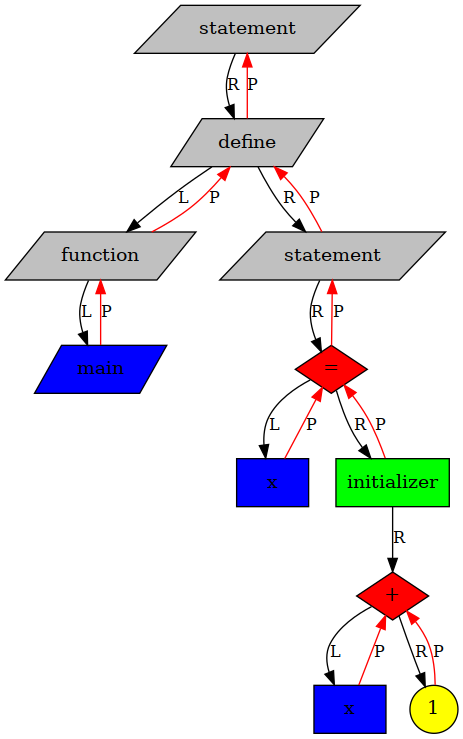
Earlier version of the Graphviz export graphviz.png (vihlancevk/MyProgrammingLanguage). Its source is kept beside it as graphviz.gv. The source it was exported from:
```dot
digraph Tree{

	rankdir=UD;

	node[fontsize=14];

	93908220123200[shape=record, shape=parallelogram, style="filled", fillcolor=grey, label="statement"];
	93908220123296[shape=record, shape=parallelogram, style="filled", fillcolor=grey, label="define"];
	93908220123488[shape=record, shape=parallelogram, style="filled", fillcolor=grey, label="function"];
	93908220124416[shape=record, shape=parallelogram, style="filled", fillcolor=blue, label="main"];
	93908220123680[shape=record, shape=parallelogram, style="filled", fillcolor=grey, label="statement"];
	93908220123744[shape=record, shape=diamond, style="filled", fillcolor=red, label="="];
	93908220123936[shape=record, shape=rectangle, style="filled", fillcolor=blue, label="x"];
	93908220124000[shape=record, shape=rectangle, style="filled", fillcolor=green, label="initializer"];
	93908220124320[shape=record, shape=diamond, style="filled", fillcolor=red, label="+"];
	93908220124192[shape=record, shape=rectangle, style="filled", fillcolor=blue, label="x"];
	93908220124256[shape=record, shape=circle, style="filled", fillcolor=yellow, label="1"];

	93908220123200 -> 93908220123296[label = "R", fontsize=12]
	93908220123296 -> 93908220123200[label = "P", color=red, fontsize=12]
	93908220123296 -> 93908220123488[label = "L", fontsize=12]
	93908220123296 -> 93908220123680[label = "R", fontsize=12]
	93908220123488 -> 93908220123296[label = "P", color=red, fontsize=12]
	93908220123488 -> 93908220124416[label = "L", fontsize=12]
	93908220124416 -> 93908220123488[label = "P", color=red, fontsize=12]
	93908220123680 -> 93908220123296[label = "P", color=red, fontsize=12]
	93908220123680 -> 93908220123744[label = "R", fontsize=12]
	93908220123744 -> 93908220123680[label = "P", color=red, fontsize=12]
	93908220123744 -> 93908220123936[label = "L", fontsize=12]
	93908220123744 -> 93908220124000[label = "R", fontsize=12]
	93908220123936 -> 93908220123744[label = "P", color=red, fontsize=12]
	93908220124000 -> 93908220123744[label = "P", color=red, fontsize=12]
	93908220124000 -> 93908220124320[label = "R", fontsize=12]
	93908220124320 -> 93908220124192[label = "L", fontsize=12]
	93908220124320 -> 93908220124256[label = "R", fontsize=12]
	93908220124192 -> 93908220124320[label = "P", color=red, fontsize=12]
	93908220124256 -> 93908220124320[label = "P", color=red, fontsize=12]

}
```
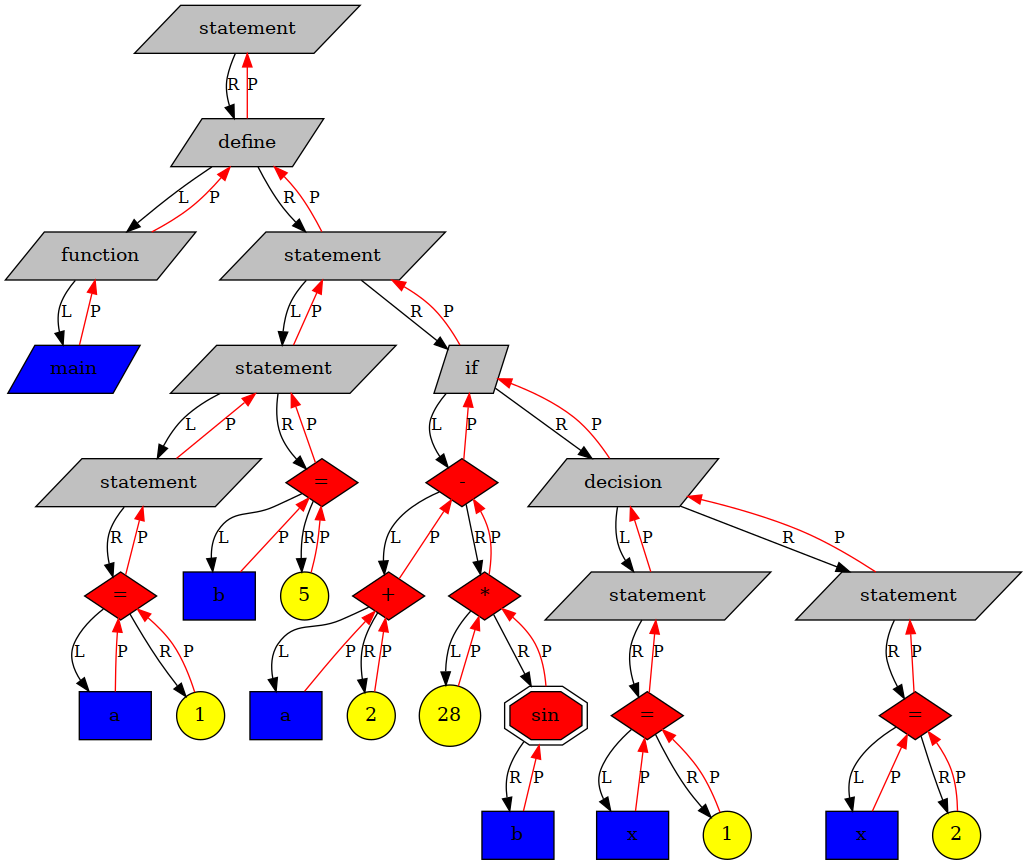
Later version of the same file.

Change to the diagram source:
```diff
@@ -4,36 +4,97 @@
 
 	node[fontsize=14];
 
-	93908220123200[shape=record, shape=parallelogram, style="filled", fillcolor=grey, label="statement"];
-	93908220123296[shape=record, shape=parallelogram, style="filled", fillcolor=grey, label="define"];
-	93908220123488[shape=record, shape=parallelogram, style="filled", fillcolor=grey, label="function"];
-	93908220124416[shape=record, shape=parallelogram, style="filled", fillcolor=blue, label="main"];
-	93908220123680[shape=record, shape=parallelogram, style="filled", fillcolor=grey, label="statement"];
-	93908220123744[shape=record, shape=diamond, style="filled", fillcolor=red, label="="];
-	93908220123936[shape=record, shape=rectangle, style="filled", fillcolor=blue, label="x"];
-	93908220124000[shape=record, shape=rectangle, style="filled", fillcolor=green, label="initializer"];
-	93908220124320[shape=record, shape=diamond, style="filled", fillcolor=red, label="+"];
-	93908220124192[shape=record, shape=rectangle, style="filled", fillcolor=blue, label="x"];
-	93908220124256[shape=record, shape=circle, style="filled", fillcolor=yellow, label="1"];
+	94216030987312[shape=record, shape=parallelogram, style="filled", fillcolor=grey, label="statement"];
+	94216030987408[shape=record, shape=parallelogram, style="filled", fillcolor=grey, label="define"];
+	94216030987600[shape=record, shape=parallelogram, style="filled", fillcolor=grey, label="function"];
+	94216030990768[shape=record, shape=parallelogram, style="filled", fillcolor=blue, label="main"];
+	94216030988688[shape=record, shape=parallelogram, style="filled", fillcolor=grey, label="statement"];
+	94216030988240[shape=record, shape=parallelogram, style="filled", fillcolor=grey, label="statement"];
+	94216030987792[shape=record, shape=parallelogram, style="filled", fillcolor=grey, label="statement"];
+	94216030987856[shape=record, shape=diamond, style="filled", fillcolor=red, label="="];
+	94216030988048[shape=record, shape=rectangle, style="filled", fillcolor=blue, label="a"];
+	94216030988144[shape=record, shape=circle, style="filled", fillcolor=yellow, label="1"];
+	94216030988304[shape=record, shape=diamond, style="filled", fillcolor=red, label="="];
+	94216030988496[shape=record, shape=rectangle, style="filled", fillcolor=blue, label="b"];
+	94216030988592[shape=record, shape=circle, style="filled", fillcolor=yellow, label="5"];
+	94216030988752[shape=record, shape=parallelogram, style="filled", fillcolor=grey, label="if"];
+	94216030989552[shape=record, shape=diamond, style="filled", fillcolor=red, label="-"];
+	94216030989104[shape=record, shape=diamond, style="filled", fillcolor=red, label="+"];
+	94216030988944[shape=record, shape=rectangle, style="filled", fillcolor=blue, label="a"];
+	94216030989040[shape=record, shape=circle, style="filled", fillcolor=yellow, label="2"];
+	94216030989456[shape=record, shape=diamond, style="filled", fillcolor=red, label="*"];
+	94216030989200[shape=record, shape=circle, style="filled", fillcolor=yellow, label="28"];
+	94216030989360[shape=record, shape=doubleoctagon, style="filled", fillcolor=red, label="sin"];
+	94216030989264[shape=record, shape=rectangle, style="filled", fillcolor=blue, label="b"];
+	94216030989648[shape=record, shape=parallelogram, style="filled", fillcolor=grey, label="decision"];
+	94216030989840[shape=record, shape=parallelogram, style="filled", fillcolor=grey, label="statement"];
+	94216030989904[shape=record, shape=diamond, style="filled", fillcolor=red, label="="];
+	94216030990096[shape=record, shape=rectangle, style="filled", fillcolor=blue, label="x"];
+	94216030990192[shape=record, shape=circle, style="filled", fillcolor=yellow, label="1"];
+	94216030990288[shape=record, shape=parallelogram, style="filled", fillcolor=grey, label="statement"];
+	94216030990352[shape=record, shape=diamond, style="filled", fillcolor=red, label="="];
+	94216030990544[shape=record, shape=rectangle, style="filled", fillcolor=blue, label="x"];
+	94216030990640[shape=record, shape=circle, style="filled", fillcolor=yellow, label="2"];
 
-	93908220123200 -> 93908220123296[label = "R", fontsize=12]
-	93908220123296 -> 93908220123200[label = "P", color=red, fontsize=12]
-	93908220123296 -> 93908220123488[label = "L", fontsize=12]
-	93908220123296 -> 93908220123680[label = "R", fontsize=12]
-	93908220123488 -> 93908220123296[label = "P", color=red, fontsize=12]
-	93908220123488 -> 93908220124416[label = "L", fontsize=12]
-	93908220124416 -> 93908220123488[label = "P", color=red, fontsize=12]
-	93908220123680 -> 93908220123296[label = "P", color=red, fontsize=12]
-	93908220123680 -> 93908220123744[label = "R", fontsize=12]
-	93908220123744 -> 93908220123680[label = "P", color=red, fontsize=12]
-	93908220123744 -> 93908220123936[label = "L", fontsize=12]
-	93908220123744 -> 93908220124000[label = "R", fontsize=12]
-	93908220123936 -> 93908220123744[label = "P", color=red, fontsize=12]
-	93908220124000 -> 93908220123744[label = "P", color=red, fontsize=12]
-	93908220124000 -> 93908220124320[label = "R", fontsize=12]
-	93908220124320 -> 93908220124192[label = "L", fontsize=12]
-	93908220124320 -> 93908220124256[label = "R", fontsize=12]
-	93908220124192 -> 93908220124320[label = "P", color=red, fontsize=12]
-	93908220124256 -> 93908220124320[label = "P", color=red, fontsize=12]
+	94216030987312 -> 94216030987408[label = "R", fontsize=12]
+	94216030987408 -> 94216030987312[label = "P", color=red, fontsize=12]
+	94216030987408 -> 94216030987600[label = "L", fontsize=12]
+	94216030987408 -> 94216030988688[label = "R", fontsize=12]
+	94216030987600 -> 94216030987408[label = "P", color=red, fontsize=12]
+	94216030987600 -> 94216030990768[label = "L", fontsize=12]
+	94216030990768 -> 94216030987600[label = "P", color=red, fontsize=12]
+	94216030988688 -> 94216030987408[label = "P", color=red, fontsize=12]
+	94216030988688 -> 94216030988240[label = "L", fontsize=12]
+	94216030988688 -> 94216030988752[label = "R", fontsize=12]
+	94216030988240 -> 94216030988688[label = "P", color=red, fontsize=12]
+	94216030988240 -> 94216030987792[label = "L", fontsize=12]
+	94216030988240 -> 94216030988304[label = "R", fontsize=12]
+	94216030987792 -> 94216030988240[label = "P", color=red, fontsize=12]
+	94216030987792 -> 94216030987856[label = "R", fontsize=12]
+	94216030987856 -> 94216030987792[label = "P", color=red, fontsize=12]
+	94216030987856 -> 94216030988048[label = "L", fontsize=12]
+	94216030987856 -> 94216030988144[label = "R", fontsize=12]
+	94216030988048 -> 94216030987856[label = "P", color=red, fontsize=12]
+	94216030988144 -> 94216030987856[label = "P", color=red, fontsize=12]
+	94216030988304 -> 94216030988240[label = "P", color=red, fontsize=12]
+	94216030988304 -> 94216030988496[label = "L", fontsize=12]
+	94216030988304 -> 94216030988592[label = "R", fontsize=12]
+	94216030988496 -> 94216030988304[label = "P", color=red, fontsize=12]
+	94216030988592 -> 94216030988304[label = "P", color=red, fontsize=12]
+	94216030988752 -> 94216030988688[label = "P", color=red, fontsize=12]
+	94216030988752 -> 94216030989552[label = "L", fontsize=12]
+	94216030988752 -> 94216030989648[label = "R", fontsize=12]
+	94216030989552 -> 94216030988752[label = "P", color=red, fontsize=12]
+	94216030989552 -> 94216030989104[label = "L", fontsize=12]
+	94216030989552 -> 94216030989456[label = "R", fontsize=12]
+	94216030989104 -> 94216030989552[label = "P", color=red, fontsize=12]
+	94216030989104 -> 94216030988944[label = "L", fontsize=12]
+	94216030989104 -> 94216030989040[label = "R", fontsize=12]
+	94216030988944 -> 94216030989104[label = "P", color=red, fontsize=12]
+	94216030989040 -> 94216030989104[label = "P", color=red, fontsize=12]
+	94216030989456 -> 94216030989552[label = "P", color=red, fontsize=12]
+	94216030989456 -> 94216030989200[label = "L", fontsize=12]
+	94216030989456 -> 94216030989360[label = "R", fontsize=12]
+	94216030989200 -> 94216030989456[label = "P", color=red, fontsize=12]
+	94216030989360 -> 94216030989456[label = "P", color=red, fontsize=12]
+	94216030989360 -> 94216030989264[label = "R", fontsize=12]
+	94216030989264 -> 94216030989360[label = "P", color=red, fontsize=12]
+	94216030989648 -> 94216030988752[label = "P", color=red, fontsize=12]
+	94216030989648 -> 94216030989840[label = "L", fontsize=12]
+	94216030989648 -> 94216030990288[label = "R", fontsize=12]
+	94216030989840 -> 94216030989648[label = "P", color=red, fontsize=12]
+	94216030989840 -> 94216030989904[label = "R", fontsize=12]
+	94216030989904 -> 94216030989840[label = "P", color=red, fontsize=12]
+	94216030989904 -> 94216030990096[label = "L", fontsize=12]
+	94216030989904 -> 94216030990192[label = "R", fontsize=12]
+	94216030990096 -> 94216030989904[label = "P", color=red, fontsize=12]
+	94216030990192 -> 94216030989904[label = "P", color=red, fontsize=12]
+	94216030990288 -> 94216030989648[label = "P", color=red, fontsize=12]
+	94216030990288 -> 94216030990352[label = "R", fontsize=12]
+	94216030990352 -> 94216030990288[label = "P", color=red, fontsize=12]
+	94216030990352 -> 94216030990544[label = "L", fontsize=12]
+	94216030990352 -> 94216030990640[label = "R", fontsize=12]
+	94216030990544 -> 94216030990352[label = "P", color=red, fontsize=12]
+	94216030990640 -> 94216030990352[label = "P", color=red, fontsize=12]
 
 }
```
